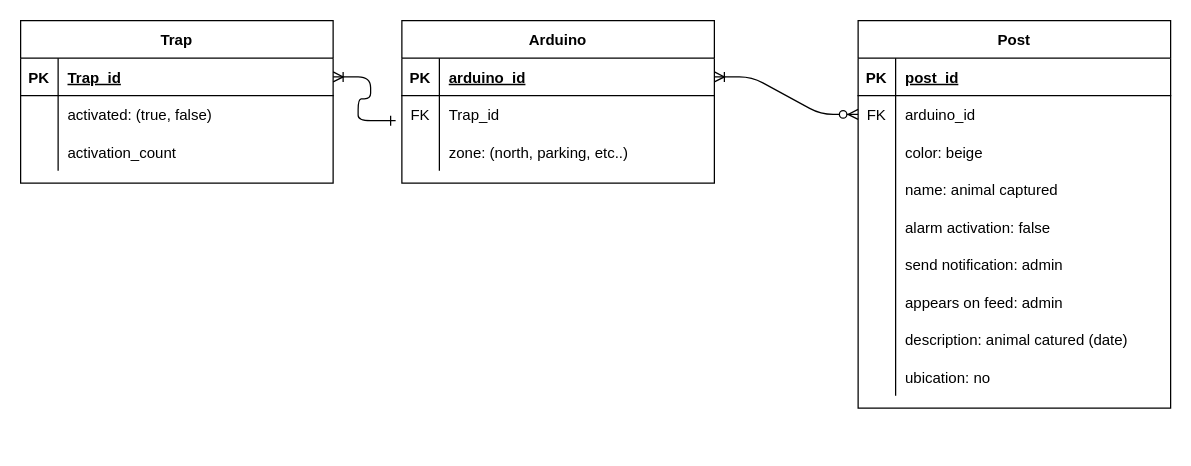
EmergenBis/emergenbis-iot-backend keeps this draw.io diagram as ERM IoT.drawio. Above is the earlier version. Source tidied: cells renumbered, new cells numbered last; positions are measured from the earlier drawing's top-left corner, leaving out a move shared by most shapes. Both pictures are drawn from the tidied source at 125%, with x=0, y=0 at pixel (20, 20).
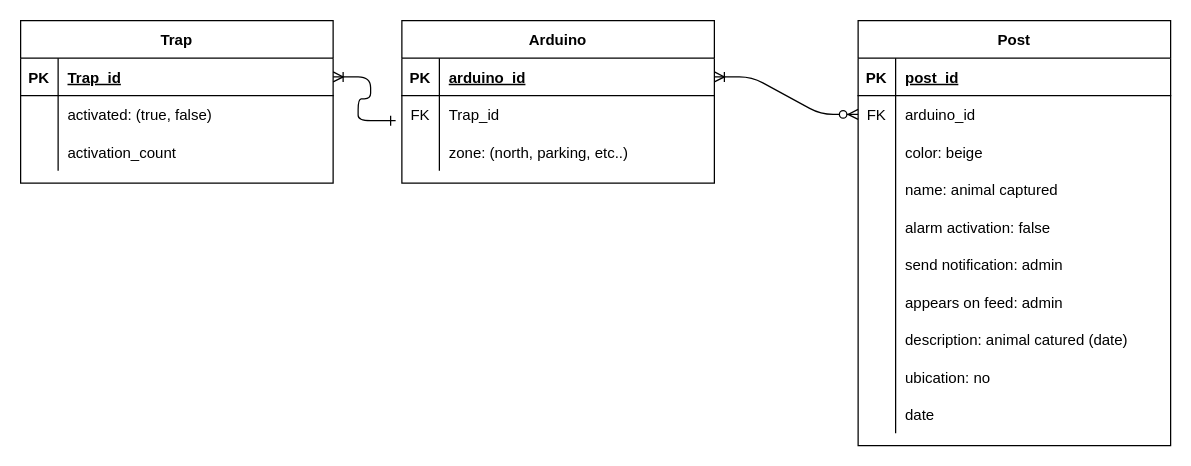
The same page after the edit.

Commit message:
adding date to the post tab

The edit, as a diff of the source:
```diff
@@
     <mxCell id="13" value="Post" style="shape=table;startSize=30;childLayout=tableLayout;rowLines=0;fontStyle=1;align=center;" parent="1" vertex="1">
-      <mxGeometry x="670" width="250" height="310" as="geometry" />
+      <mxGeometry x="670" width="250" height="340" as="geometry" />
     </mxCell>
@@
+    <mxCell id="52" style="shape=partialRectangle;fillColor=none;top=0;left=0;right=0;bottom=0;" parent="13" vertex="1">
+      <mxGeometry y="300" width="250" height="30" as="geometry" />
+    </mxCell>
+    <mxCell id="53" style="shape=partialRectangle;overflow=hidden;fillColor=none;top=0;left=0;bottom=0;right=0;" parent="52" vertex="1">
+      <mxGeometry width="30" height="30" as="geometry" />
+    </mxCell>
+    <mxCell id="54" value="date" style="shape=partialRectangle;overflow=hidden;fillColor=none;top=0;left=0;bottom=0;right=0;align=left;spacingLeft=6;" parent="52" vertex="1">
+      <mxGeometry x="30" width="220" height="30" as="geometry" />
+    </mxCell>
```
